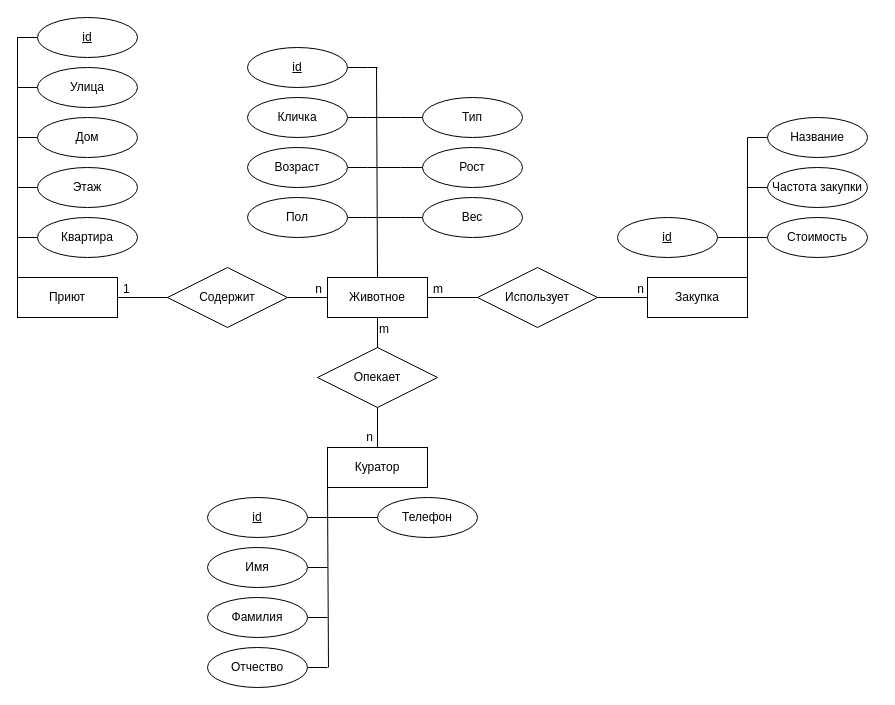
Before: diagrams/ER.drawio in Laiika/bmstu-iu7-sd, a draw.io diagram. Source tidied: cells renumbered, new cells numbered last; positions are measured from the earlier drawing's top-left corner, leaving out a move shared by most shapes. Both pictures are drawn from the tidied source at 100%, with x=0, y=0 at pixel (17, 17).
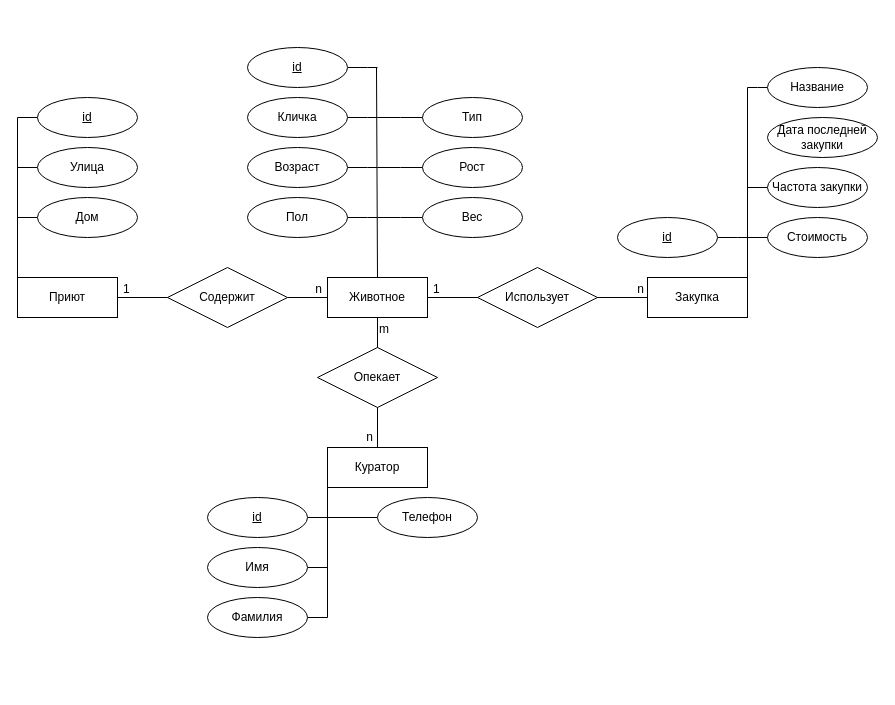
The same diagram, later.

Unchanged cells that the change refers to:
```xml
<mxCell id="13" style="endArrow=none;html=1;rounded=0;entryX=0;entryY=0.5;entryDx=0;entryDy=0;exitX=1;exitY=0.5;exitDx=0;exitDy=0;" parent="1" edge="1" source="61" target="4">
  <mxGeometry relative="1" as="geometry" />
</mxCell>
```

Change to the diagram source:
```diff
@@
-    <mxCell id="14" value="m" style="html=1;align=left;verticalAlign=bottom;" parent="13" vertex="1">
+    <mxCell id="14" value="1" style="html=1;align=left;verticalAlign=bottom;" parent="13" vertex="1">
       <mxGeometry x="-1" relative="1" as="geometry">
         <mxPoint x="4" as="offset" />
       </mxGeometry>
     </mxCell>
@@
     <mxCell id="18" style="endArrow=none;html=1;rounded=0;entryX=0.25;entryY=0;entryDx=0;entryDy=0;" parent="1" edge="1">
       <mxGeometry relative="1" as="geometry">
-        <mxPoint y="20" as="sourcePoint" />
+        <mxPoint y="100" as="sourcePoint" />
         <mxPoint y="260" as="targetPoint" />
       </mxGeometry>
     </mxCell>
     <mxCell id="19" style="endArrow=none;html=1;rounded=0;" parent="1" edge="1">
       <mxGeometry relative="1" as="geometry">
         <mxPoint x="310" y="470" as="sourcePoint" />
-        <mxPoint x="311" y="650" as="targetPoint" />
+        <mxPoint x="310" y="600" as="targetPoint" />
       </mxGeometry>
     </mxCell>
     <mxCell id="20" style="endArrow=none;html=1;rounded=0;entryX=0.25;entryY=0;entryDx=0;entryDy=0;" parent="1" edge="1">
       <mxGeometry relative="1" as="geometry">
-        <mxPoint x="730" y="120" as="sourcePoint" />
+        <mxPoint x="730" y="70" as="sourcePoint" />
         <mxPoint x="730" y="260" as="targetPoint" />
       </mxGeometry>
     </mxCell>
     <mxCell id="21" style="edgeStyle=orthogonalEdgeStyle;rounded=0;jettySize=auto;html=1;exitX=0;exitY=0.5;exitDx=0;exitDy=0;endArrow=none;endFill=0;" parent="1" edge="1" source="53">
       <mxGeometry relative="1" as="geometry">
-        <mxPoint y="50" as="targetPoint" />
+        <mxPoint y="100" as="targetPoint" />
       </mxGeometry>
     </mxCell>
@@
     <mxCell id="23" value="Улица" style="ellipse;whiteSpace=wrap;html=1;align=center;" parent="1" vertex="1">
-      <mxGeometry x="20" y="50" width="100" height="40" as="geometry" />
+      <mxGeometry x="20" y="130" width="100" height="40" as="geometry" />
     </mxCell>
@@
     <mxCell id="25" value="Дом" style="ellipse;whiteSpace=wrap;html=1;align=center;" parent="1" vertex="1">
-      <mxGeometry x="20" y="100" width="100" height="40" as="geometry" />
+      <mxGeometry x="20" y="180" width="100" height="40" as="geometry" />
     </mxCell>
-    <mxCell id="26" style="edgeStyle=orthogonalEdgeStyle;rounded=0;jettySize=auto;html=1;endArrow=none;endFill=0;" parent="1" edge="1" source="27">
-      <mxGeometry relative="1" as="geometry">
-        <mxPoint y="230" as="targetPoint" />
-      </mxGeometry>
-    </mxCell>
-    <mxCell id="27" value="Квартира" style="ellipse;whiteSpace=wrap;html=1;align=center;" parent="1" vertex="1">
-      <mxGeometry x="20" y="200" width="100" height="40" as="geometry" />
-    </mxCell>
@@
-    <mxCell id="36" style="edgeStyle=orthogonalEdgeStyle;rounded=0;jettySize=auto;html=1;endArrow=none;endFill=0;exitX=0;exitY=0.5;exitDx=0;exitDy=0;" parent="1" edge="1" source="58">
+    <mxCell id="36" style="edgeStyle=orthogonalEdgeStyle;rounded=0;jettySize=auto;html=1;endArrow=none;endFill=0;exitX=0;exitY=0.5;exitDx=0;exitDy=0;" parent="1" edge="1" source="65">
       <mxGeometry relative="1" as="geometry">
-        <mxPoint x="730" y="120" as="targetPoint" />
+        <mxPoint x="730" y="70" as="targetPoint" />
         <Array as="points">
-          <mxPoint x="730" y="120" />
+          <mxPoint x="740" y="70" />
+          <mxPoint x="740" y="70" />
         </Array>
       </mxGeometry>
     </mxCell>
@@
-    <mxCell id="49" style="edgeStyle=orthogonalEdgeStyle;rounded=0;jettySize=auto;html=1;endArrow=none;endFill=0;" parent="1" edge="1" source="50">
-      <mxGeometry relative="1" as="geometry">
-        <mxPoint x="310" y="650" as="targetPoint" />
-      </mxGeometry>
-    </mxCell>
-    <mxCell id="50" value="Отчество" style="ellipse;whiteSpace=wrap;html=1;align=center;" parent="1" vertex="1">
-      <mxGeometry x="190" y="630" width="100" height="40" as="geometry" />
-    </mxCell>
-    <mxCell id="51" style="edgeStyle=orthogonalEdgeStyle;rounded=0;jettySize=auto;html=1;endArrow=none;endFill=0;" parent="1" edge="1" source="52">
-      <mxGeometry relative="1" as="geometry">
-        <mxPoint y="170" as="targetPoint" />
-      </mxGeometry>
-    </mxCell>
-    <mxCell id="52" value="Этаж" style="ellipse;whiteSpace=wrap;html=1;align=center;" parent="1" vertex="1">
-      <mxGeometry x="20" y="150" width="100" height="40" as="geometry" />
-    </mxCell>
     <mxCell id="53" value="id" style="ellipse;whiteSpace=wrap;html=1;align=center;fontStyle=4;" parent="1" vertex="1">
-      <mxGeometry x="20" width="100" height="40" as="geometry" />
+      <mxGeometry x="20" y="80" width="100" height="40" as="geometry" />
     </mxCell>
@@
-    <mxCell id="58" value="Название" style="ellipse;whiteSpace=wrap;html=1;align=center;" parent="1" vertex="1">
-      <mxGeometry x="750" y="100" width="100" height="40" as="geometry" />
+    <mxCell id="58" value="Дата последней&lt;br&gt;закупки" style="ellipse;whiteSpace=wrap;html=1;align=center;" parent="1" vertex="1">
+      <mxGeometry x="750" y="100" width="110" height="40" as="geometry" />
     </mxCell>
@@
+    <mxCell id="65" value="Название" style="ellipse;whiteSpace=wrap;html=1;align=center;" parent="1" vertex="1">
+      <mxGeometry x="750" y="50" width="100" height="40" as="geometry" />
+    </mxCell>
```
